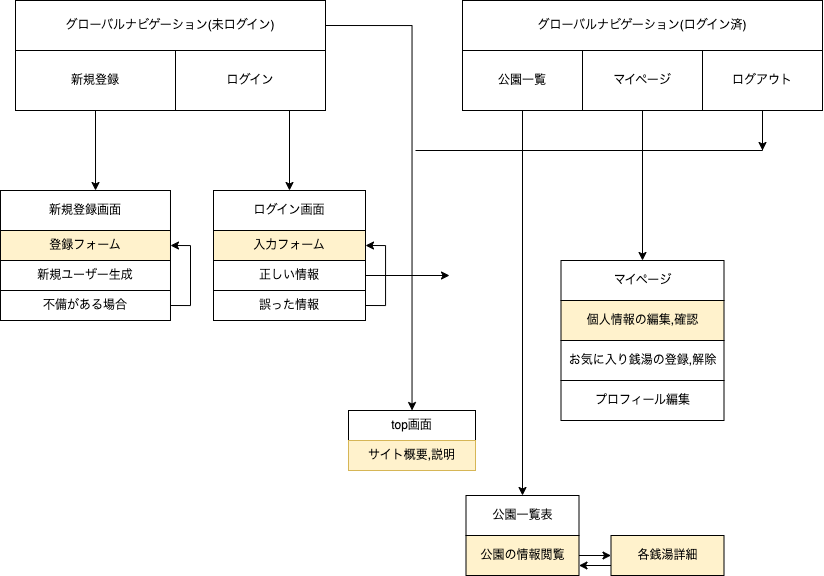
Before: readme/遷移図.png, a diagram exported from draw.io (idesho/Oshisen_Kawasaki). Source tidied: cells renumbered, new cells last; positions are measured from the earlier drawing's top-left corner, leaving out a move shared by most shapes.
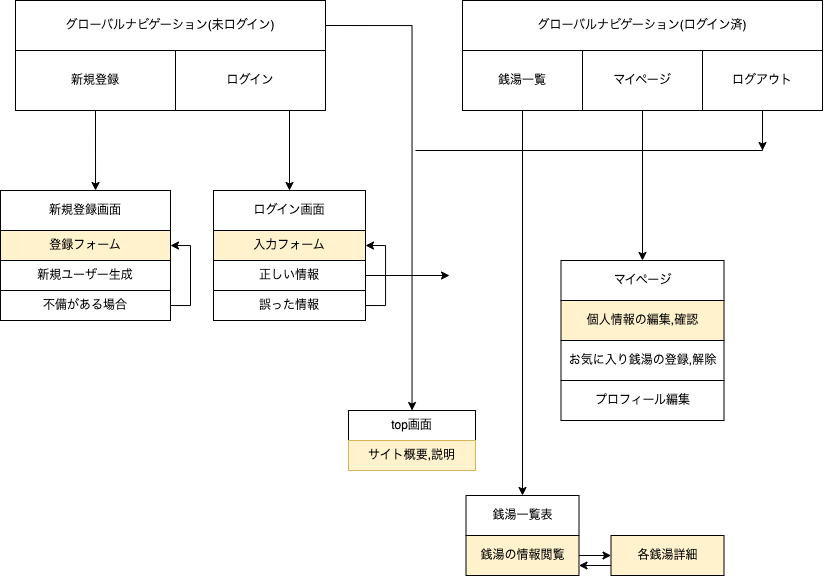
After the commit.

Change to the diagram source:
```diff
@@ -8,7 +8,7 @@
     <mxCell id="3" style="edgeStyle=none;rounded=0;jettySize=auto;html=1;exitX=0.5;exitY=1;exitDx=0;exitDy=0;fontFamily=Helvetica;fontSize=12;fontColor=default;" parent="1" edge="1" source="4" target="35">
       <mxGeometry relative="1" as="geometry" />
     </mxCell>
-    <mxCell id="4" value="公園一覧" style="rounded=0;whiteSpace=wrap;html=1;strokeColor=default;fontFamily=Helvetica;fontSize=12;fontColor=default;startSize=30;fillColor=default;" parent="1" vertex="1">
+    <mxCell id="4" value="銭湯一覧" style="rounded=0;whiteSpace=wrap;html=1;strokeColor=default;fontFamily=Helvetica;fontSize=12;fontColor=default;startSize=30;fillColor=default;" parent="1" vertex="1">
       <mxGeometry x="462" y="50" width="120" height="60" as="geometry" />
     </mxCell>
     <mxCell id="5" style="edgeStyle=none;rounded=0;jettySize=auto;html=1;exitX=0.5;exitY=1;exitDx=0;exitDy=0;fontFamily=Helvetica;fontSize=12;fontColor=default;entryX=0.5;entryY=0;entryDx=0;entryDy=0;" parent="1" edge="1" source="6" target="30">
@@ -120,13 +120,13 @@
     <mxCell id="34" value="プロフィール編集" style="rounded=0;whiteSpace=wrap;html=1;strokeColor=default;fontFamily=Helvetica;fontSize=12;fontColor=default;startSize=30;fillColor=default;" parent="1" vertex="1">
       <mxGeometry x="560.5" y="380" width="163" height="40" as="geometry" />
     </mxCell>
-    <mxCell id="35" value="公園一覧表" style="rounded=0;whiteSpace=wrap;html=1;strokeColor=default;fontFamily=Helvetica;fontSize=12;fontColor=default;startSize=30;fillColor=default;" parent="1" vertex="1">
+    <mxCell id="35" value="銭湯一覧表" style="rounded=0;whiteSpace=wrap;html=1;strokeColor=default;fontFamily=Helvetica;fontSize=12;fontColor=default;startSize=30;fillColor=default;" parent="1" vertex="1">
       <mxGeometry x="465.5" y="495" width="113" height="40" as="geometry" />
     </mxCell>
     <mxCell id="36" style="edgeStyle=none;rounded=0;jettySize=auto;html=1;exitX=1;exitY=0.5;exitDx=0;exitDy=0;fontFamily=Helvetica;fontSize=12;fontColor=default;" parent="1" edge="1" source="37" target="39">
       <mxGeometry relative="1" as="geometry" />
     </mxCell>
-    <mxCell id="37" value="公園の情報閲覧" style="rounded=0;whiteSpace=wrap;html=1;strokeColor=#000000;fontFamily=Helvetica;fontSize=12;startSize=30;fillColor=#fff2cc;" parent="1" vertex="1">
+    <mxCell id="37" value="銭湯の情報閲覧" style="rounded=0;whiteSpace=wrap;html=1;strokeColor=#000000;fontFamily=Helvetica;fontSize=12;startSize=30;fillColor=#fff2cc;" parent="1" vertex="1">
       <mxGeometry x="465.5" y="535" width="113" height="40" as="geometry" />
     </mxCell>
     <mxCell id="38" style="edgeStyle=none;rounded=0;jettySize=auto;html=1;exitX=0;exitY=0.75;exitDx=0;exitDy=0;entryX=1;entryY=0.75;entryDx=0;entryDy=0;fontFamily=Helvetica;fontSize=12;fontColor=default;" parent="1" edge="1" source="39" target="37">
```
